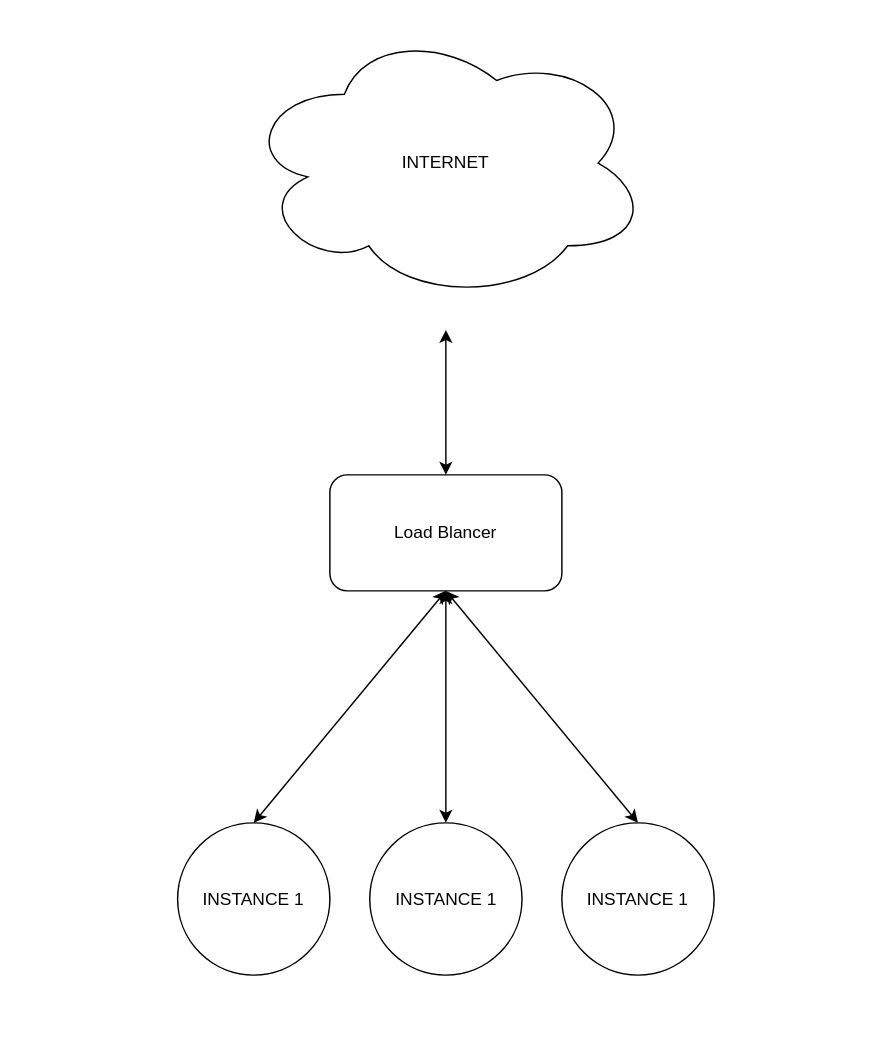
ttrssreal/diagrams keeps this draw.io diagram as uni/nwen/p2-partB/Untitled Diagram.drawio. Above is the earlier version. Source tidied: cells renumbered, new cells numbered last; positions are measured from the earlier drawing's top-left corner, leaving out a move shared by most shapes. Both pictures are drawn from the tidied source at 145%, with x=0, y=0 at pixel (177, 25).
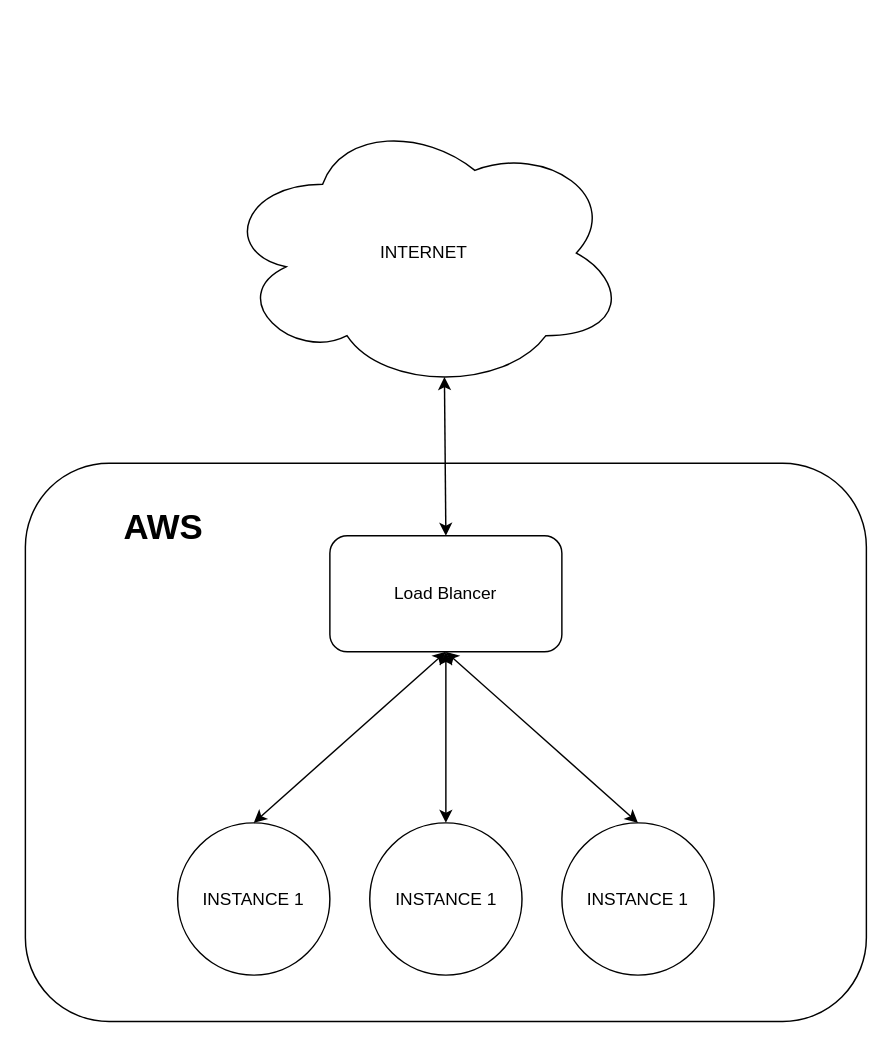
The same diagram, later.

Change to the diagram source:
```diff
@@
 <mxGraphModel>
   <root>
     <mxCell id="0" />
     <mxCell id="1" parent="0" />
     <mxCell id="2" value="&lt;div&gt;Load Blancer&lt;/div&gt;" style="rounded=1;whiteSpace=wrap;html=1;" parent="1" vertex="1">
-      <mxGeometry x="105" y="310" width="160" height="80" as="geometry" />
+      <mxGeometry x="105" y="352" width="160" height="80" as="geometry" />
     </mxCell>
     <mxCell id="3" value="&lt;div&gt;INSTANCE 1&lt;/div&gt;" style="ellipse;whiteSpace=wrap;html=1;" parent="1" vertex="1">
       <mxGeometry y="550" width="105" height="105" as="geometry" />
     </mxCell>
     <mxCell id="4" value="&lt;div&gt;INSTANCE 1&lt;/div&gt;" style="ellipse;whiteSpace=wrap;html=1;" parent="1" vertex="1">
       <mxGeometry x="265" y="550" width="105" height="105" as="geometry" />
     </mxCell>
     <mxCell id="5" value="&lt;div&gt;INSTANCE 1&lt;/div&gt;" style="ellipse;whiteSpace=wrap;html=1;" parent="1" vertex="1">
       <mxGeometry x="132.5" y="550" width="105" height="105" as="geometry" />
     </mxCell>
     <mxCell id="6" style="endArrow=classic;html=1;rounded=0;exitX=0.5;exitY=1;exitDx=0;exitDy=0;entryX=0.5;entryY=0;entryDx=0;entryDy=0;startArrow=classic;startFill=1;" parent="1" edge="1" source="2" target="3">
       <mxGeometry relative="1" as="geometry" />
     </mxCell>
     <mxCell id="7" style="endArrow=classic;html=1;rounded=0;exitX=0.5;exitY=1;exitDx=0;exitDy=0;entryX=0.5;entryY=0;entryDx=0;entryDy=0;startArrow=classic;startFill=1;" parent="1" edge="1" source="2" target="5">
       <mxGeometry relative="1" as="geometry" />
     </mxCell>
     <mxCell id="8" style="endArrow=classic;html=1;rounded=0;entryX=0.5;entryY=0;entryDx=0;entryDy=0;exitX=0.5;exitY=1;exitDx=0;exitDy=0;startArrow=classic;startFill=1;" parent="1" edge="1" source="2" target="4">
       <mxGeometry relative="1" as="geometry" />
     </mxCell>
-    <mxCell id="9" style="endArrow=classic;html=1;rounded=0;exitX=0.5;exitY=0;exitDx=0;exitDy=0;startArrow=classic;startFill=1;" parent="1" edge="1" source="2">
-      <mxGeometry relative="1" as="geometry">
-        <mxPoint x="185" y="210" as="targetPoint" />
-      </mxGeometry>
+    <mxCell id="9" style="endArrow=classic;html=1;rounded=0;exitX=0.5;exitY=0;exitDx=0;exitDy=0;startArrow=classic;startFill=1;entryX=0.55;entryY=0.95;entryDx=0;entryDy=0;entryPerimeter=0;" parent="1" edge="1" source="2" target="10">
+      <mxGeometry relative="1" as="geometry" />
     </mxCell>
     <mxCell id="10" value="&lt;div&gt;INTERNET&lt;/div&gt;" style="ellipse;shape=cloud;whiteSpace=wrap;html=1;" parent="1" vertex="1">
-      <mxGeometry x="45" width="280" height="190" as="geometry" />
+      <mxGeometry x="30" y="62" width="280" height="190" as="geometry" />
     </mxCell>
+    <mxCell id="11" style="rounded=1;whiteSpace=wrap;html=1;fillColor=none;" parent="1" vertex="1">
+      <mxGeometry x="-105" y="302" width="580" height="385" as="geometry" />
+    </mxCell>
+    <mxCell id="12" value="&lt;div&gt;AWS&lt;/div&gt;" style="text;strokeColor=none;fillColor=none;html=1;fontSize=24;fontStyle=1;verticalAlign=middle;align=center;" parent="1" vertex="1">
+      <mxGeometry x="-60" y="327" width="100" height="40" as="geometry" />
+    </mxCell>
   </root>
 </mxGraphModel>
```
